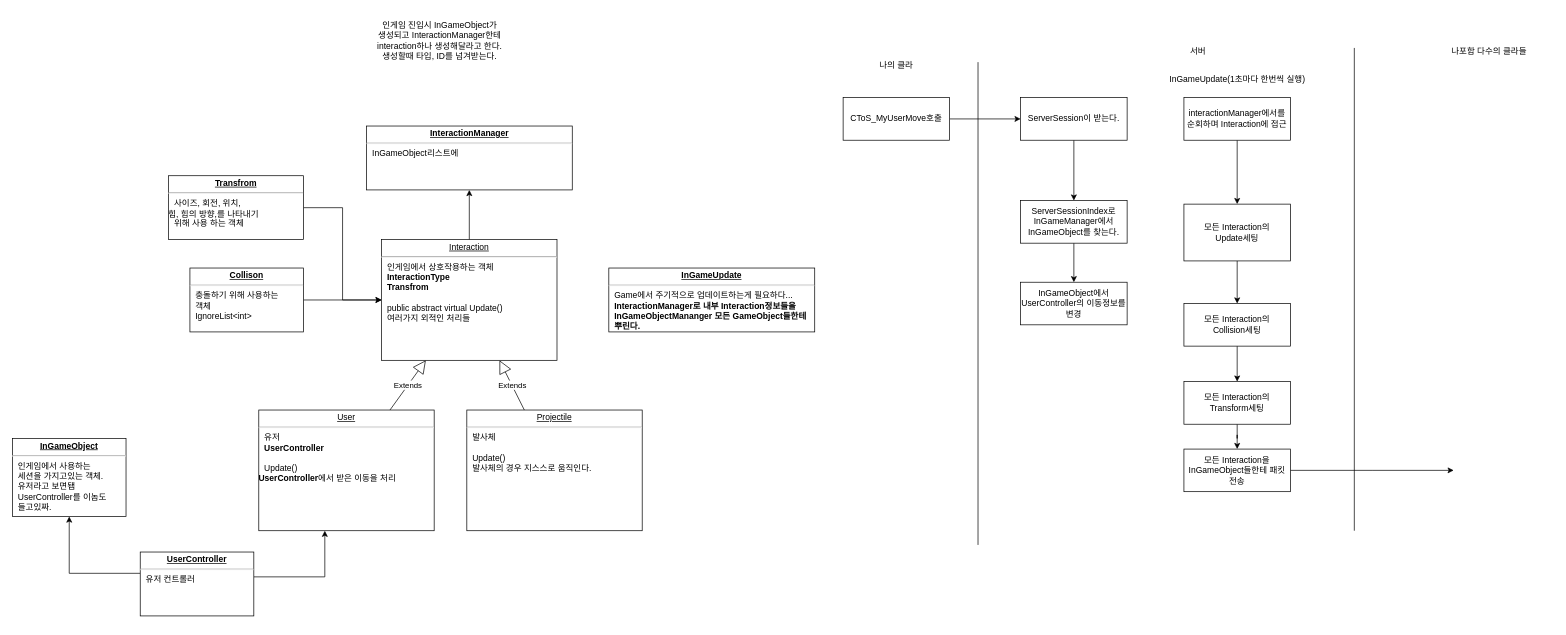
JeahanPark/NetworkProject1 keeps this draw.io diagram as ClassDiagram/server-객체이동.drawio. Above is the earlier version. Source tidied: cells renumbered, new cells numbered last; positions are measured from the earlier drawing's top-left corner, leaving out a move shared by most shapes. Both pictures are drawn from the tidied source at 71%, with x=0, y=0 at pixel (12, 12).
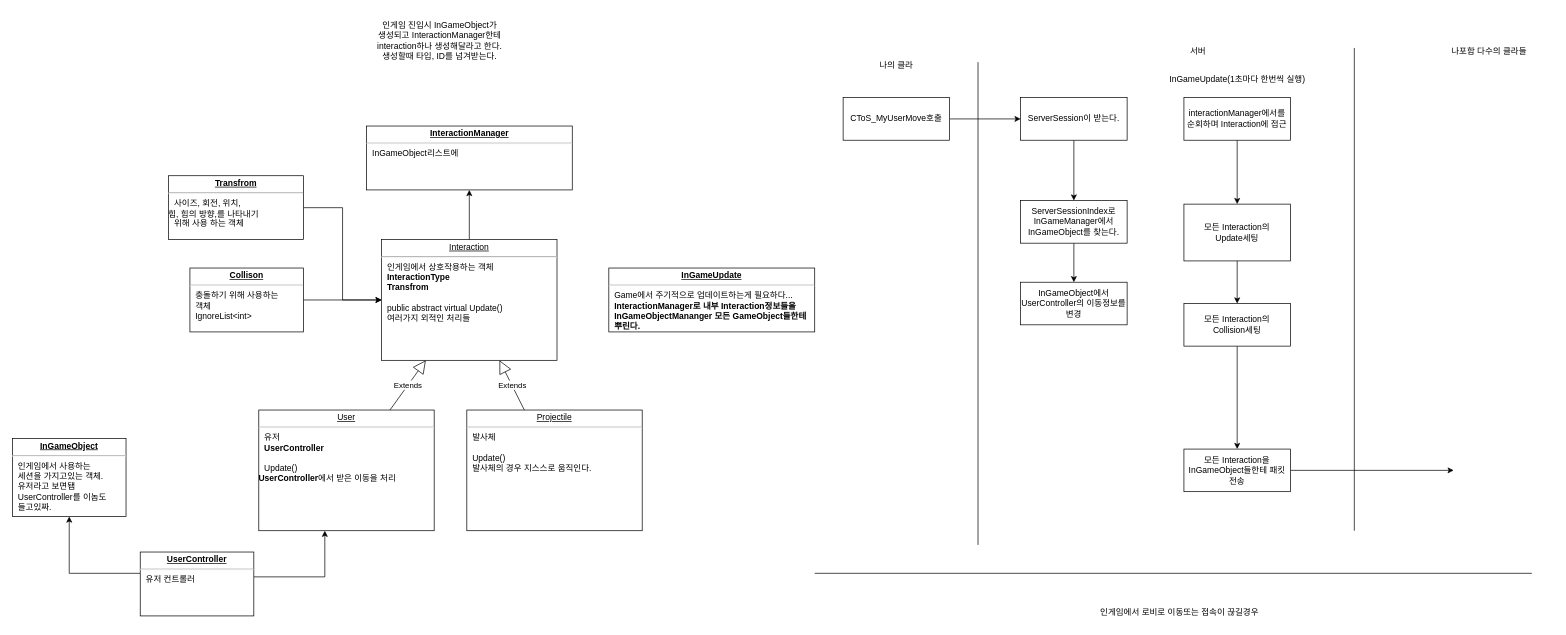
The same page after the edit.

The change refers to these unchanged cells:
```xml
<mxCell id="30" value="모든 Interaction의&lt;br&gt;Collision세팅" style="rounded=0;whiteSpace=wrap;html=1;" parent="1" vertex="1">
  <mxGeometry x="1650" y="410" width="150" height="60" as="geometry" />
</mxCell>
<mxCell id="38" value="모든 Interaction을 InGameObject들한테 패킷 전송" style="rounded=0;whiteSpace=wrap;html=1;" parent="1" vertex="1">
  <mxGeometry x="1650" y="615" width="150" height="60" as="geometry" />
</mxCell>
```

The edit, as a diff of the source:
```diff
@@
-    <mxCell id="29" style="edgeStyle=orthogonalEdgeStyle;rounded=0;jettySize=auto;html=1;" parent="1" edge="1" source="30" target="41">
-      <mxGeometry relative="1" as="geometry" />
-    </mxCell>
+    <mxCell id="42" style="edgeStyle=orthogonalEdgeStyle;rounded=0;jettySize=auto;html=1;" parent="1" edge="1" source="30" target="38">
+      <mxGeometry relative="1" as="geometry" />
+    </mxCell>
@@
-    <mxCell id="40" style="edgeStyle=orthogonalEdgeStyle;rounded=0;jettySize=auto;html=1;" parent="1" edge="1" source="41" target="38">
-      <mxGeometry relative="1" as="geometry" />
-    </mxCell>
-    <mxCell id="41" value="모든 Interaction의&lt;br&gt;Transform세팅" style="rounded=0;whiteSpace=wrap;html=1;" parent="1" vertex="1">
-      <mxGeometry x="1650" y="520" width="150" height="60" as="geometry" />
-    </mxCell>
+    <mxCell id="43" style="endArrow=none;html=1;rounded=0;" parent="1" edge="1">
+      <mxGeometry relative="1" as="geometry">
+        <mxPoint x="1130" y="790" as="sourcePoint" />
+        <mxPoint x="2140" y="790" as="targetPoint" />
+      </mxGeometry>
+    </mxCell>
+    <mxCell id="44" value="인게임에서 로비로 이동또는 접속이 끊길경우" style="text;html=1;strokeColor=none;fillColor=none;align=center;verticalAlign=middle;whiteSpace=wrap;rounded=0;" parent="1" vertex="1">
+      <mxGeometry x="1480" y="830" width="327.5" height="30" as="geometry" />
+    </mxCell>
```
